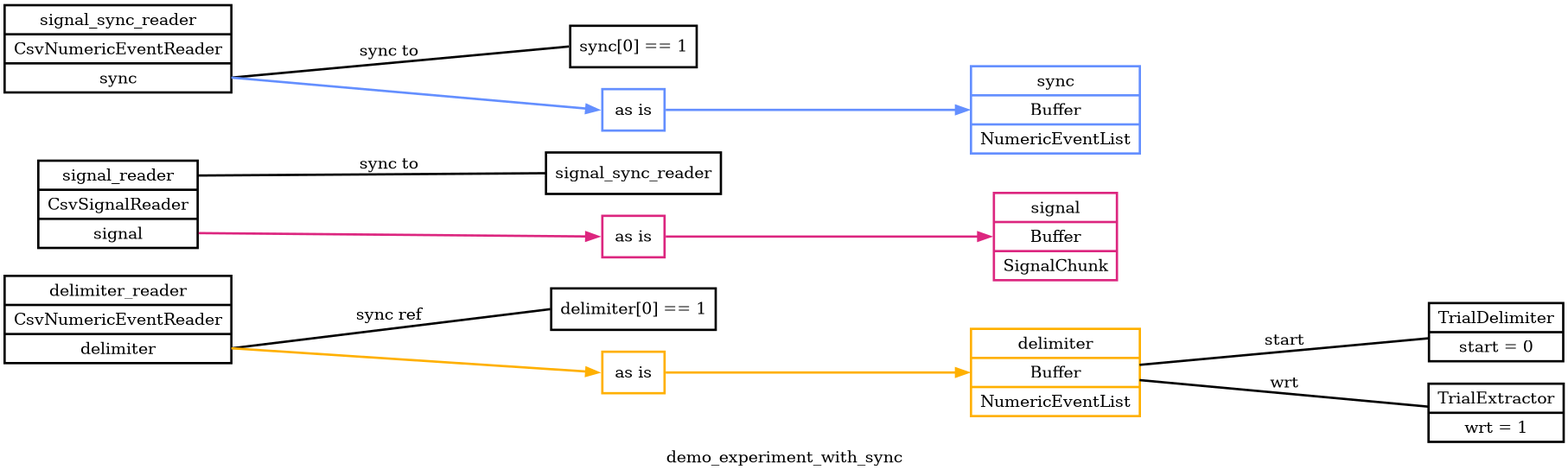
This is docs/signal-demo/demo_experiment_with_sync.png from lwthompson2/pyramid, a Graphviz export, as it was before one commit. Its source is kept beside it as docs/signal-demo/demo_experiment_with_sync.dot.
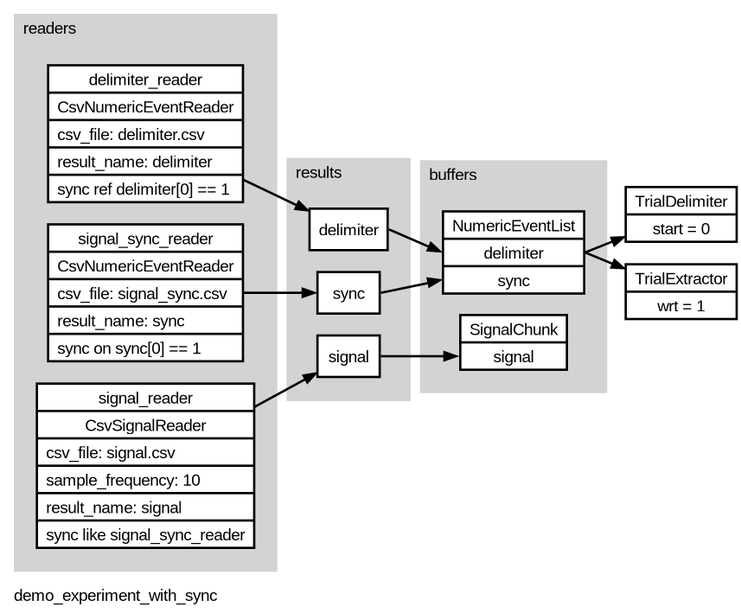
The same diagram one commit later.

What changed in the source:
```diff
@@ -1,30 +1,35 @@
 digraph demo_experiment_with_sync {
-	graph [label=demo_experiment_with_sync overlap=scale rankdir=LR ranksep=3.0 splines=false]
-	node [penwidth=2.0]
-	edge [penwidth=2.0]
-	delimiter_reader [label="<delimiter_reader>delimiter_reader|CsvNumericEventReader|<delimiter>delimiter" shape=record]
-	signal_reader [label="<signal_reader>signal_reader|CsvSignalReader|<signal>signal" shape=record]
-	signal_sync_reader [label="<signal_sync_reader>signal_sync_reader|CsvNumericEventReader|<sync>sync" shape=record]
-	delimiter [label="delimiter|Buffer|NumericEventList" color="#FFB000" shape=record]
-	signal [label="signal|Buffer|SignalChunk" color="#DC267F" shape=record]
-	sync [label="sync|Buffer|NumericEventList" color="#648FFF" shape=record]
-	delimiter_reader_sync [label="delimiter[0] == 1" shape=record]
-	delimiter_reader:delimiter:e -> delimiter_reader_sync:w [label="sync ref" arrowhead=none arrowtail=none]
-	delimiter_reader_route_0 [label="as is" color="#FFB000" shape=record]
-	delimiter_reader:delimiter:e -> delimiter_reader_route_0:w [color="#FFB000"]
-	delimiter_reader_route_0:e -> delimiter:w [color="#FFB000"]
-	signal_reader_sync [label=signal_sync_reader shape=record]
-	signal_reader:signal_reader:e -> signal_reader_sync:w [label="sync to" arrowhead=none arrowtail=none]
-	signal_reader_route_0 [label="as is" color="#DC267F" shape=record]
-	signal_reader:signal:e -> signal_reader_route_0:w [color="#DC267F"]
-	signal_reader_route_0:e -> signal:w [color="#DC267F"]
-	signal_sync_reader_sync [label="sync[0] == 1" shape=record]
-	signal_sync_reader:sync:e -> signal_sync_reader_sync:w [label="sync to" arrowhead=none arrowtail=none]
-	signal_sync_reader_route_0 [label="as is" color="#648FFF" shape=record]
-	signal_sync_reader:sync:e -> signal_sync_reader_route_0:w [color="#648FFF"]
-	signal_sync_reader_route_0:e -> sync:w [color="#648FFF"]
-	trial_delimiter [label="TrialDelimiter|start = 0" shape=record]
-	delimiter -> trial_delimiter [label=start arrowhead=none arrowtail=none]
-	trial_extractor [label="TrialExtractor|wrt = 1" shape=record]
-	delimiter -> trial_extractor [label=wrt arrowhead=none arrowtail=none]
+	graph [fontname=Arial label=demo_experiment_with_sync labeljust=l outputorder=edgesfirst overlap=scale rankdir=LR splines=false]
+	node [fillcolor=white fontname=Arial penwidth=2.0 shape=record style=filled]
+	edge [fontname=Arial penwidth=2.0]
+	subgraph cluster_buffers {
+		graph [bgcolor=lightgray color=transparent fontname=Arial label=buffers margin=20 rank=same]
+		event_list [label="NumericEventList|<delimiter>delimiter|<sync>sync"]
+		signal_chunk [label="SignalChunk|<signal>signal"]
+	}
+	trial_delimiter [label="TrialDelimiter|start = 0"]
+	event_list:delimiter:e -> trial_delimiter
+	trial_extractor [label="TrialExtractor|wrt = 1"]
+	event_list:delimiter:e -> trial_extractor
+	subgraph cluster_enhancers {
+		graph [bgcolor=lightgray color=transparent fontname=Arial label=enhancers margin=20 rank=same]
+	}
+	subgraph cluster_readers {
+		graph [bgcolor=lightgray color=transparent fontname=Arial label=readers margin=20 rank=same]
+		delimiter_reader [label="delimiter_reader|CsvNumericEventReader|csv_file: delimiter.csv\l|result_name: delimiter\l| sync ref delimiter[0] == 1\l"]
+		signal_reader [label="signal_reader|CsvSignalReader|csv_file: signal.csv\l|sample_frequency: 10\l|result_name: signal\l| sync like signal_sync_reader\l"]
+		signal_sync_reader [label="signal_sync_reader|CsvNumericEventReader|csv_file: signal_sync.csv\l|result_name: sync\l| sync on sync[0] == 1\l"]
+	}
+	delimiter_reader -> delimiter_reader_results
+	signal_reader -> signal_reader_results
+	signal_sync_reader -> signal_sync_reader_results
+	subgraph cluster_results {
+		graph [bgcolor=lightgray color=transparent fontname=Arial label=results margin=20 rank=same]
+		delimiter_reader_results [label="<delimiter>delimiter"]
+		signal_reader_results [label="<signal>signal"]
+		signal_sync_reader_results [label="<sync>sync"]
+	}
+	delimiter_reader_results:delimiter:e -> event_list:delimiter:w
+	signal_reader_results:signal:e -> signal_chunk:signal:w
+	signal_sync_reader_results:sync:e -> event_list:sync:w
 }
```
